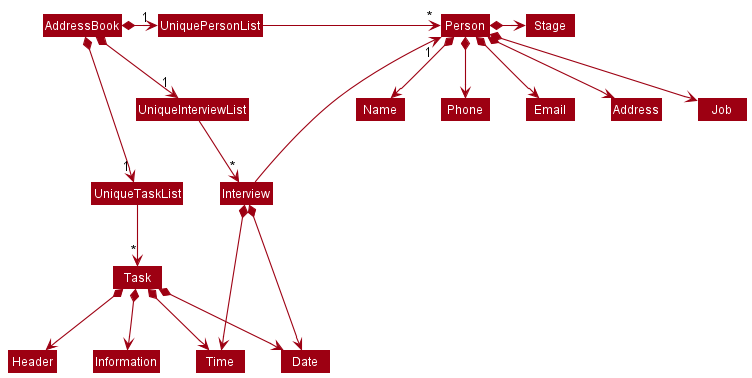
rcjj98/tp keeps this PlantUML diagram as docs/images/BetterModelClassDiagram.png. Above is the earlier version.
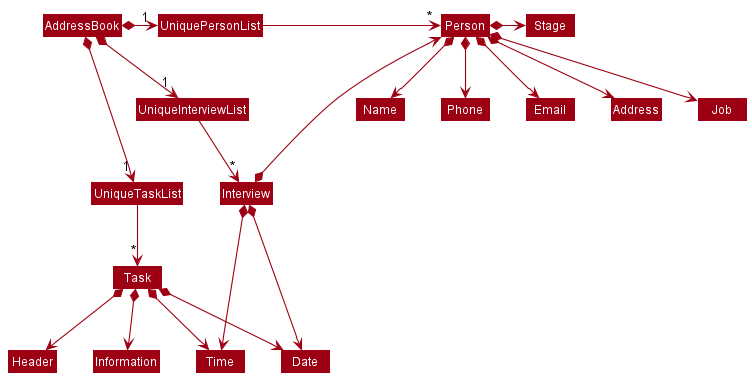
After the change.

Change to the diagram source:
```diff
@@ -24,7 +24,7 @@
 
 
 
-Interview -up-> "1" Person
+Interview *-up->  Person
 
 Interview *--> Date
 Interview *--> Time
```
